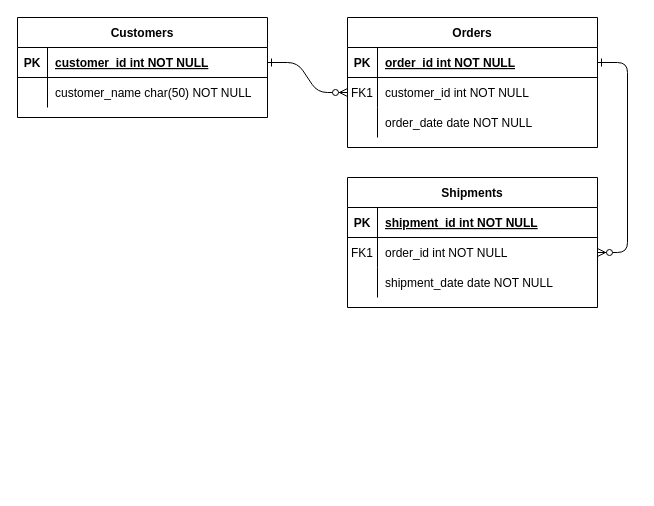
The draw.io diagram Untitled Diagram.drawio in obi-nwokogba/code_green_erds, before the edit. Source tidied: cells renumbered, new cells numbered last; positions are measured from the earlier drawing's top-left corner, leaving out a move shared by most shapes. Both pictures are drawn from the tidied source at 100%, with x=0, y=0 at pixel (17, 17).
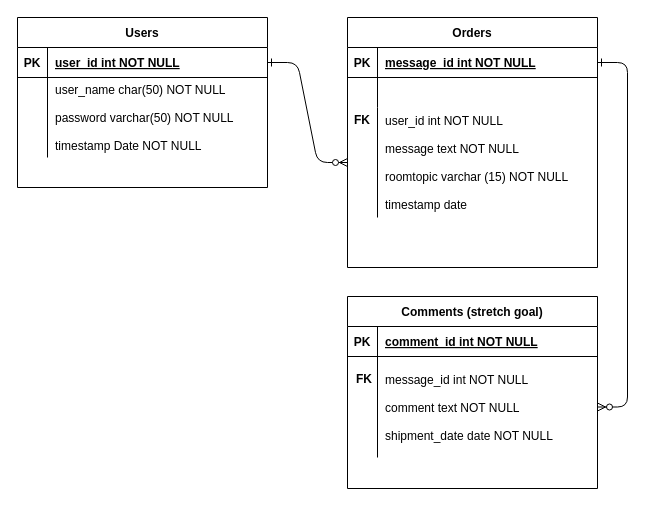
After the change.

Commit message:
ERD v1 - July 18 6pm.drawio

The change refers to these unchanged cells:
```xml
<mxCell id="5" style="shape=partialRectangle;fillColor=none;points=[[0,0.5],[1,0.5]];portConstraint=eastwest;top=0;left=0;right=0;bottom=1;" parent="4" vertex="1">
  <mxGeometry y="30" width="250" height="30" as="geometry" />
</mxCell>
<mxCell id="15" style="shape=partialRectangle;fillColor=none;top=0;left=0;right=0;bottom=1;" parent="14" vertex="1">
  <mxGeometry y="30" width="250" height="30" as="geometry" />
</mxCell>
<mxCell id="25" style="shape=partialRectangle;fillColor=none;points=[[0,0.5],[1,0.5]];portConstraint=eastwest;top=0;left=0;right=0;bottom=1;" parent="24" vertex="1">
  <mxGeometry y="30" width="250" height="30" as="geometry" />
</mxCell>
```

Change to the diagram source:
```diff
@@
     <mxCell id="4" value="Orders" style="shape=table;startSize=30;childLayout=tableLayout;rowLines=0;fontStyle=1;align=center;" parent="1" vertex="1">
-      <mxGeometry x="330" width="250" height="130" as="geometry" />
+      <mxGeometry x="330" width="250" height="250" as="geometry" />
     </mxCell>
@@
-    <mxCell id="7" value="order_id int NOT NULL " style="shape=partialRectangle;overflow=hidden;fillColor=none;top=0;left=0;bottom=0;right=0;align=left;spacingLeft=6;fontStyle=5;" parent="5" vertex="1">
+    <mxCell id="7" value="message_id int NOT NULL " style="shape=partialRectangle;overflow=hidden;fillColor=none;top=0;left=0;bottom=0;right=0;align=left;spacingLeft=6;fontStyle=5;" parent="5" vertex="1">
       <mxGeometry x="30" width="220" height="30" as="geometry" />
     </mxCell>
+    <mxCell id="11" style="shape=partialRectangle;fillColor=none;top=0;left=0;right=0;bottom=0;" parent="4" vertex="1">
+      <mxGeometry y="60" width="250" height="30" as="geometry" />
+    </mxCell>
+    <mxCell id="12" style="shape=partialRectangle;overflow=hidden;fillColor=none;top=0;left=0;bottom=0;right=0;" parent="11" vertex="1">
+      <mxGeometry width="30" height="30" as="geometry" />
+    </mxCell>
+    <mxCell id="13" style="shape=partialRectangle;overflow=hidden;fillColor=none;top=0;left=0;bottom=0;right=0;align=left;spacingLeft=6;" parent="11" vertex="1">
+      <mxGeometry x="30" width="220" height="30" as="geometry" />
+    </mxCell>
     <mxCell id="8" style="shape=partialRectangle;fillColor=none;points=[[0,0.5],[1,0.5]];portConstraint=eastwest;top=0;left=0;right=0;bottom=0;" parent="4" vertex="1">
-      <mxGeometry y="60" width="250" height="30" as="geometry" />
+      <mxGeometry y="90" width="250" height="110" as="geometry" />
     </mxCell>
-    <mxCell id="9" value="FK1" style="shape=partialRectangle;overflow=hidden;fillColor=none;top=0;left=0;bottom=0;right=0;" parent="8" vertex="1">
-      <mxGeometry width="30" height="30" as="geometry" />
+    <mxCell id="9" style="shape=partialRectangle;overflow=hidden;fillColor=none;top=0;left=0;bottom=0;right=0;" parent="8" vertex="1">
+      <mxGeometry width="30" height="110" as="geometry" />
     </mxCell>
-    <mxCell id="10" value="customer_id int NOT NULL" style="shape=partialRectangle;overflow=hidden;fillColor=none;top=0;left=0;bottom=0;right=0;align=left;spacingLeft=6;" parent="8" vertex="1">
-      <mxGeometry x="30" width="220" height="30" as="geometry" />
+    <mxCell id="10" value="user_id int NOT NULL&#10;&#10;message text NOT NULL&#10;&#10;roomtopic varchar (15) NOT NULL&#10;&#10;timestamp date" style="shape=partialRectangle;overflow=hidden;fillColor=none;top=0;left=0;bottom=0;right=0;align=left;spacingLeft=6;" parent="8" vertex="1">
+      <mxGeometry x="30" width="220" height="110" as="geometry" />
     </mxCell>
-    <mxCell id="11" style="shape=partialRectangle;fillColor=none;top=0;left=0;right=0;bottom=0;" parent="4" vertex="1">
-      <mxGeometry y="90" width="250" height="30" as="geometry" />
-    </mxCell>
-    <mxCell id="12" style="shape=partialRectangle;overflow=hidden;fillColor=none;top=0;left=0;bottom=0;right=0;" parent="11" vertex="1">
-      <mxGeometry width="30" height="30" as="geometry" />
-    </mxCell>
-    <mxCell id="13" value="order_date date NOT NULL" style="shape=partialRectangle;overflow=hidden;fillColor=none;top=0;left=0;bottom=0;right=0;align=left;spacingLeft=6;" parent="11" vertex="1">
-      <mxGeometry x="30" width="220" height="30" as="geometry" />
-    </mxCell>
-    <mxCell id="14" value="Shipments" style="shape=table;startSize=30;childLayout=tableLayout;rowLines=0;fontStyle=1;align=center;" parent="1" vertex="1">
-      <mxGeometry x="330" y="160" width="250" height="130" as="geometry" />
+    <mxCell id="14" value="Comments (stretch goal)" style="shape=table;startSize=30;childLayout=tableLayout;rowLines=0;fontStyle=1;align=center;" parent="1" vertex="1">
+      <mxGeometry x="330" y="279" width="250" height="192" as="geometry" />
     </mxCell>
@@
-    <mxCell id="17" value="shipment_id int NOT NULL " style="shape=partialRectangle;overflow=hidden;fillColor=none;top=0;left=0;bottom=0;right=0;align=left;spacingLeft=6;fontStyle=5;" parent="15" vertex="1">
+    <mxCell id="17" value="comment_id int NOT NULL " style="shape=partialRectangle;overflow=hidden;fillColor=none;top=0;left=0;bottom=0;right=0;align=left;spacingLeft=6;fontStyle=5;" parent="15" vertex="1">
       <mxGeometry x="30" width="220" height="30" as="geometry" />
     </mxCell>
     <mxCell id="18" style="shape=partialRectangle;fillColor=none;points=[[0,0.5],[1,0.5]];portConstraint=eastwest;top=0;left=0;right=0;bottom=0;" parent="14" vertex="1">
-      <mxGeometry y="60" width="250" height="30" as="geometry" />
+      <mxGeometry y="60" width="250" height="101" as="geometry" />
     </mxCell>
-    <mxCell id="19" value="FK1" style="shape=partialRectangle;overflow=hidden;fillColor=none;top=0;left=0;bottom=0;right=0;" parent="18" vertex="1">
-      <mxGeometry width="30" height="30" as="geometry" />
+    <mxCell id="19" style="shape=partialRectangle;overflow=hidden;fillColor=none;top=0;left=0;bottom=0;right=0;horizontal=0;" parent="18" vertex="1">
+      <mxGeometry width="30" height="101" as="geometry" />
     </mxCell>
-    <mxCell id="20" value="order_id int NOT NULL" style="shape=partialRectangle;overflow=hidden;fillColor=none;top=0;left=0;bottom=0;right=0;align=left;spacingLeft=6;" parent="18" vertex="1">
-      <mxGeometry x="30" width="220" height="30" as="geometry" />
+    <mxCell id="20" value="message_id int NOT NULL&#10;&#10;comment text NOT NULL&#10;&#10;shipment_date date NOT NULL" style="shape=partialRectangle;overflow=hidden;fillColor=none;top=0;left=0;bottom=0;right=0;align=left;spacingLeft=6;" parent="18" vertex="1">
+      <mxGeometry x="30" width="220" height="101" as="geometry" />
     </mxCell>
-    <mxCell id="21" style="shape=partialRectangle;fillColor=none;top=0;left=0;right=0;bottom=0;" parent="14" vertex="1">
-      <mxGeometry y="90" width="250" height="30" as="geometry" />
-    </mxCell>
-    <mxCell id="22" style="shape=partialRectangle;overflow=hidden;fillColor=none;top=0;left=0;bottom=0;right=0;" parent="21" vertex="1">
-      <mxGeometry width="30" height="30" as="geometry" />
-    </mxCell>
-    <mxCell id="23" value="shipment_date date NOT NULL" style="shape=partialRectangle;overflow=hidden;fillColor=none;top=0;left=0;bottom=0;right=0;align=left;spacingLeft=6;" parent="21" vertex="1">
-      <mxGeometry x="30" width="220" height="30" as="geometry" />
-    </mxCell>
-    <mxCell id="24" value="Customers" style="shape=table;startSize=30;childLayout=tableLayout;rowLines=0;fontStyle=1;align=center;" parent="1" vertex="1">
-      <mxGeometry width="250" height="100" as="geometry" />
+    <mxCell id="24" value="Users" style="shape=table;startSize=30;childLayout=tableLayout;rowLines=0;fontStyle=1;align=center;" parent="1" vertex="1">
+      <mxGeometry width="250" height="170" as="geometry" />
     </mxCell>
@@
-    <mxCell id="27" value="customer_id int NOT NULL " style="shape=partialRectangle;overflow=hidden;fillColor=none;top=0;left=0;bottom=0;right=0;align=left;spacingLeft=6;fontStyle=5;" parent="25" vertex="1">
+    <mxCell id="27" value="user_id int NOT NULL " style="shape=partialRectangle;overflow=hidden;fillColor=none;top=0;left=0;bottom=0;right=0;align=left;spacingLeft=6;fontStyle=5;" parent="25" vertex="1">
       <mxGeometry x="30" width="220" height="30" as="geometry" />
     </mxCell>
     <mxCell id="28" style="shape=partialRectangle;fillColor=none;top=0;left=0;right=0;bottom=0;" parent="24" vertex="1">
-      <mxGeometry y="60" width="250" height="30" as="geometry" />
+      <mxGeometry y="60" width="250" height="80" as="geometry" />
     </mxCell>
     <mxCell id="29" style="shape=partialRectangle;overflow=hidden;fillColor=none;top=0;left=0;bottom=0;right=0;" parent="28" vertex="1">
-      <mxGeometry width="30" height="30" as="geometry" />
+      <mxGeometry width="30" height="80" as="geometry" />
     </mxCell>
-    <mxCell id="30" value="customer_name char(50) NOT NULL" style="shape=partialRectangle;overflow=hidden;fillColor=none;top=0;left=0;bottom=0;right=0;align=left;spacingLeft=6;" parent="28" vertex="1">
-      <mxGeometry x="30" width="220" height="30" as="geometry" />
+    <mxCell id="30" value="user_name char(50) NOT NULL&#10;&#10;password varchar(50) NOT NULL&#10;&#10;timestamp Date NOT NULL" style="shape=partialRectangle;overflow=hidden;fillColor=none;top=0;left=0;bottom=0;right=0;align=left;spacingLeft=6;" parent="28" vertex="1">
+      <mxGeometry x="30" width="220" height="80" as="geometry" />
     </mxCell>
+    <mxCell id="31" value="FK" style="text;html=1;strokeColor=none;fillColor=none;align=center;verticalAlign=middle;whiteSpace=wrap;rounded=0;fontStyle=1;" parent="1" vertex="1">
+      <mxGeometry x="325" y="93" width="40" height="20" as="geometry" />
+    </mxCell>
+    <mxCell id="32" value="FK" style="text;html=1;strokeColor=none;fillColor=none;align=center;verticalAlign=middle;whiteSpace=wrap;rounded=0;fontStyle=1;" parent="1" vertex="1">
+      <mxGeometry x="327" y="352" width="40" height="20" as="geometry" />
+    </mxCell>
```
